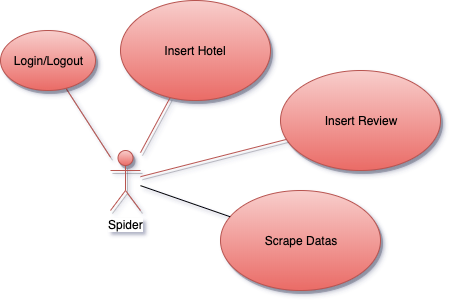
Above: img/uml_use_case_spider.png in MatteoDJon/Task2LSMDB (draw.io), before the change. Source tidied: cells renumbered, new cells last; positions are measured from the earlier drawing's top-left corner, leaving out a move shared by most shapes.
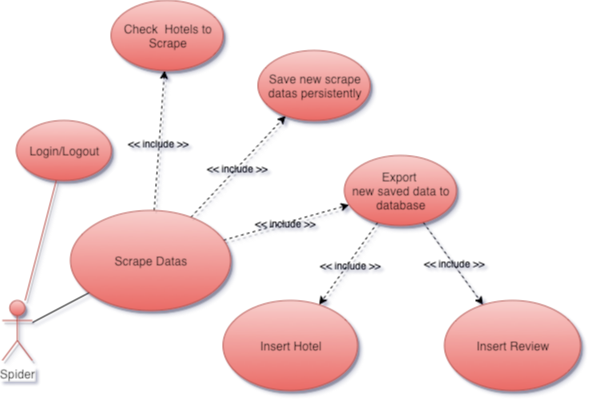
Later version of the same file.

Change to the diagram source:
```diff
@@ -3,31 +3,64 @@
     <mxCell id="0" />
     <mxCell id="1" parent="0" />
     <mxCell id="2" value="Insert Review" style="ellipse;whiteSpace=wrap;html=1;fillColor=#f8cecc;strokeColor=#b85450;shadow=1;gradientColor=#ea6b66;" parent="1" vertex="1">
-      <mxGeometry x="280" y="70" width="160" height="100" as="geometry" />
+      <mxGeometry x="-196" y="420" width="136" height="90" as="geometry" />
     </mxCell>
     <mxCell id="3" value="Insert Hotel" style="ellipse;whiteSpace=wrap;html=1;fillColor=#f8cecc;strokeColor=#b85450;shadow=1;gradientColor=#ea6b66;" parent="1" vertex="1">
-      <mxGeometry x="120" width="150" height="100" as="geometry" />
+      <mxGeometry x="-417.4" y="420" width="134.4" height="90" as="geometry" />
     </mxCell>
-    <mxCell id="4" style="edgeStyle=none;rounded=0;jettySize=auto;html=1;endArrow=none;endFill=0;shadow=1;gradientColor=#ea6b66;fillColor=#f8cecc;strokeColor=#b85450;" parent="1" edge="1" source="8" target="2">
+    <mxCell id="4" style="edgeStyle=none;rounded=0;jettySize=auto;html=1;endArrow=none;endFill=0;shadow=1;gradientColor=#ea6b66;fillColor=#f8cecc;strokeColor=#b85450;" parent="1" edge="1" source="5" target="6">
       <mxGeometry relative="1" as="geometry" />
     </mxCell>
-    <mxCell id="5" style="edgeStyle=none;rounded=0;jettySize=auto;html=1;endArrow=none;endFill=0;shadow=1;gradientColor=#ea6b66;fillColor=#f8cecc;strokeColor=#b85450;" parent="1" edge="1" source="8" target="3">
-      <mxGeometry relative="1" as="geometry" />
+    <mxCell id="5" value="Login/Logout" style="ellipse;whiteSpace=wrap;html=1;fillColor=#f8cecc;strokeColor=#b85450;gradientColor=#ea6b66;shadow=1;" parent="1" vertex="1">
+      <mxGeometry x="-624.1" y="240" width="95" height="60" as="geometry" />
     </mxCell>
-    <mxCell id="6" style="edgeStyle=none;rounded=0;jettySize=auto;html=1;endArrow=none;endFill=0;shadow=1;gradientColor=#ea6b66;fillColor=#f8cecc;strokeColor=#b85450;" parent="1" edge="1" source="7" target="8">
-      <mxGeometry relative="1" as="geometry" />
+    <mxCell id="6" value="Spider" style="shape=umlActor;verticalLabelPosition=bottom;labelBackgroundColor=#ffffff;verticalAlign=top;html=1;outlineConnect=0;fillColor=#f8cecc;strokeColor=#b85450;shadow=1;gradientColor=#ea6b66;" parent="1" vertex="1">
+      <mxGeometry x="-638.2" y="420" width="30" height="60" as="geometry" />
     </mxCell>
-    <mxCell id="7" value="Login/Logout" style="ellipse;whiteSpace=wrap;html=1;fillColor=#f8cecc;strokeColor=#b85450;gradientColor=#ea6b66;shadow=1;" parent="1" vertex="1">
-      <mxGeometry y="30" width="95" height="60" as="geometry" />
+    <mxCell id="7" value="Scrape Datas" style="ellipse;whiteSpace=wrap;html=1;fillColor=#f8cecc;strokeColor=#b85450;shadow=1;gradientColor=#ea6b66;" parent="1" vertex="1">
+      <mxGeometry x="-570" y="330" width="160" height="100" as="geometry" />
     </mxCell>
-    <mxCell id="8" value="Spider" style="shape=umlActor;verticalLabelPosition=bottom;labelBackgroundColor=#ffffff;verticalAlign=top;html=1;outlineConnect=0;fillColor=#f8cecc;strokeColor=#b85450;shadow=1;gradientColor=#ea6b66;" parent="1" vertex="1">
-      <mxGeometry x="110" y="150" width="30" height="60" as="geometry" />
+    <mxCell id="8" style="endArrow=none;html=1;labelBackgroundColor=none;strokeColor=#000000;strokeWidth=1;fontSize=10;" parent="1" edge="1" source="7" target="6">
+      <mxGeometry relative="1" as="geometry" />
     </mxCell>
-    <mxCell id="9" value="Scrape Datas" style="ellipse;whiteSpace=wrap;html=1;fillColor=#f8cecc;strokeColor=#b85450;shadow=1;gradientColor=#ea6b66;" parent="1" vertex="1">
-      <mxGeometry x="220" y="190" width="160" height="100" as="geometry" />
+    <mxCell id="9" value="Check &amp;nbsp;Hotels to Scrape" style="ellipse;whiteSpace=wrap;html=1;fillColor=#f8cecc;strokeColor=#b85450;shadow=1;gradientColor=#ea6b66;" parent="1" vertex="1">
+      <mxGeometry x="-529.4" y="120" width="112" height="70" as="geometry" />
     </mxCell>
-    <mxCell id="10" style="endArrow=none;html=1;labelBackgroundColor=none;strokeColor=#000000;strokeWidth=1;fontSize=10;" parent="1" edge="1" source="9" target="8">
+    <mxCell id="10" style="edgeStyle=none;rounded=0;jettySize=auto;html=1;dashed=1;endArrow=classic;endFill=1;shadow=1;" parent="1" edge="1" source="7" target="9">
       <mxGeometry relative="1" as="geometry" />
     </mxCell>
+    <mxCell id="11" value="&lt;span style=&quot;&quot;&gt;&amp;lt;&amp;lt; include &amp;gt;&amp;gt;&lt;/span&gt;" style="text;html=1;align=center;verticalAlign=middle;labelBackgroundColor=none;fontSize=10;" parent="10" vertex="1">
+      <mxGeometry x="-0.02" y="1" relative="1" as="geometry" />
+    </mxCell>
+    <mxCell id="12" value="Save new scrape&lt;br&gt;datas persistently" style="ellipse;whiteSpace=wrap;html=1;fillColor=#f8cecc;strokeColor=#b85450;shadow=1;gradientColor=#ea6b66;" parent="1" vertex="1">
+      <mxGeometry x="-382.5" y="170" width="112" height="70" as="geometry" />
+    </mxCell>
+    <mxCell id="13" style="edgeStyle=none;rounded=0;jettySize=auto;html=1;dashed=1;endArrow=classic;endFill=1;shadow=1;" parent="1" edge="1" source="7" target="12">
+      <mxGeometry relative="1" as="geometry" />
+    </mxCell>
+    <mxCell id="14" value="&lt;span style=&quot;&quot;&gt;&amp;lt;&amp;lt; include &amp;gt;&amp;gt;&lt;/span&gt;" style="text;html=1;align=center;verticalAlign=middle;labelBackgroundColor=none;fontSize=10;" parent="13" vertex="1">
+      <mxGeometry x="-0.02" y="1" relative="1" as="geometry" />
+    </mxCell>
+    <mxCell id="15" style="edgeStyle=none;rounded=0;jettySize=auto;html=1;dashed=1;endArrow=classic;endFill=1;shadow=1;" parent="1" edge="1" source="7" target="17">
+      <mxGeometry relative="1" as="geometry" />
+    </mxCell>
+    <mxCell id="16" value="&lt;span style=&quot;&quot;&gt;&amp;lt;&amp;lt; include &amp;gt;&amp;gt;&lt;/span&gt;" style="text;html=1;align=center;verticalAlign=middle;labelBackgroundColor=none;fontSize=10;" parent="15" vertex="1">
+      <mxGeometry x="-0.02" y="1" relative="1" as="geometry" />
+    </mxCell>
+    <mxCell id="17" value="Export &lt;br&gt;new saved data to database" style="ellipse;whiteSpace=wrap;html=1;fillColor=#f8cecc;strokeColor=#b85450;shadow=1;gradientColor=#ea6b66;" parent="1" vertex="1">
+      <mxGeometry x="-296.1" y="275" width="112" height="70" as="geometry" />
+    </mxCell>
+    <mxCell id="18" style="edgeStyle=none;rounded=0;jettySize=auto;html=1;dashed=1;endArrow=classic;endFill=1;shadow=1;" parent="1" edge="1" source="17" target="3">
+      <mxGeometry relative="1" as="geometry" />
+    </mxCell>
+    <mxCell id="19" value="&lt;span style=&quot;&quot;&gt;&amp;lt;&amp;lt; include &amp;gt;&amp;gt;&lt;/span&gt;" style="text;html=1;align=center;verticalAlign=middle;labelBackgroundColor=none;fontSize=10;" parent="18" vertex="1">
+      <mxGeometry x="-0.02" y="1" relative="1" as="geometry" />
+    </mxCell>
+    <mxCell id="20" style="edgeStyle=none;rounded=0;jettySize=auto;html=1;dashed=1;endArrow=classic;endFill=1;shadow=1;" parent="1" edge="1" source="17" target="2">
+      <mxGeometry relative="1" as="geometry" />
+    </mxCell>
+    <mxCell id="21" value="&lt;span style=&quot;&quot;&gt;&amp;lt;&amp;lt; include &amp;gt;&amp;gt;&lt;/span&gt;" style="text;html=1;align=center;verticalAlign=middle;labelBackgroundColor=none;fontSize=10;" parent="20" vertex="1">
+      <mxGeometry x="-0.02" y="1" relative="1" as="geometry" />
+    </mxCell>
   </root>
 </mxGraphModel>
```
